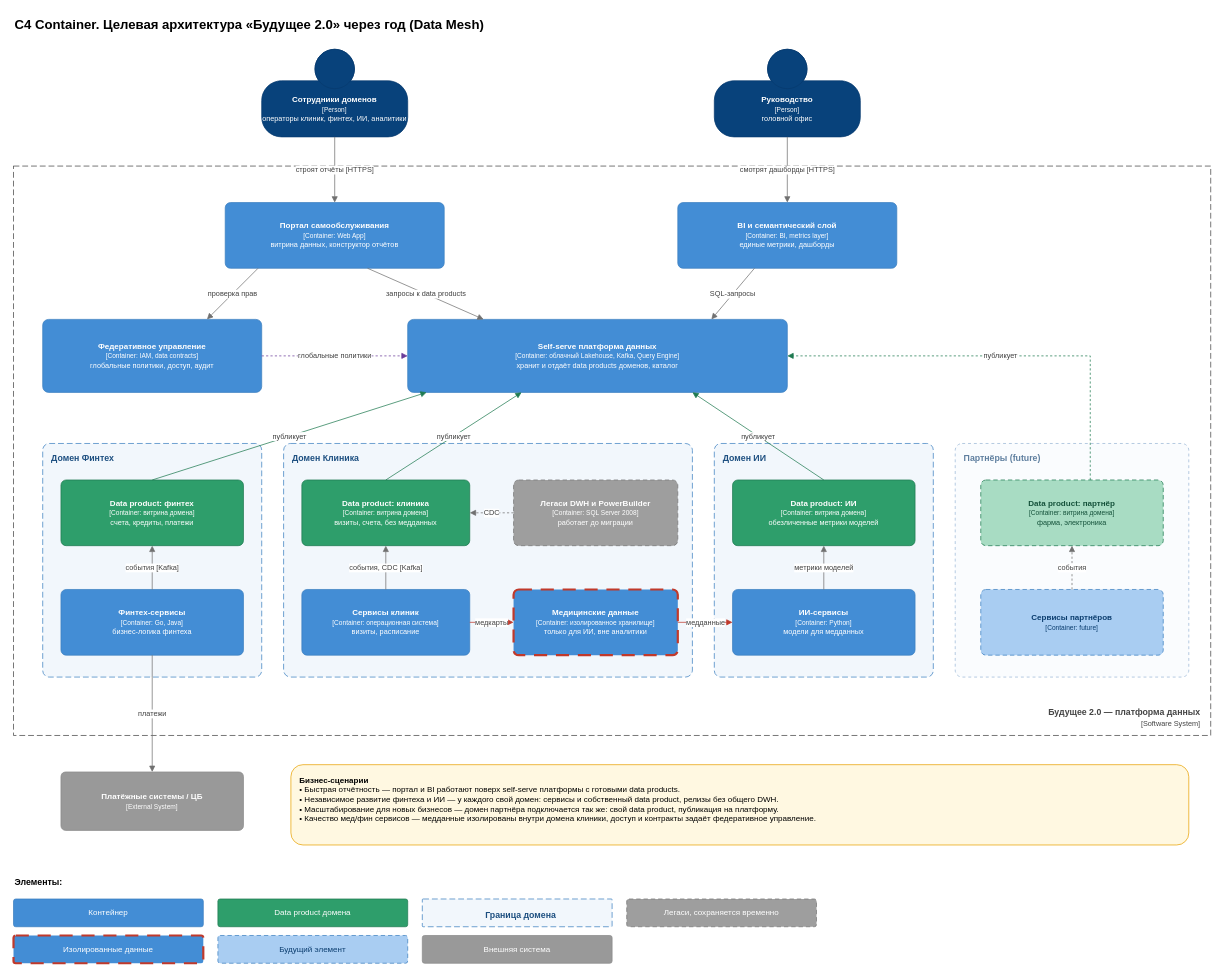
Earlier version of the draw.io diagram Task1/C4-container-target.drawio (SiritosKon/architecture-future_2_0). Source tidied: cells renumbered, new cells numbered last; positions are measured from the earlier drawing's top-left corner, leaving out a move shared by most shapes. Both pictures are drawn from the tidied source at 73%, with x=0, y=0 at pixel (13, 12).
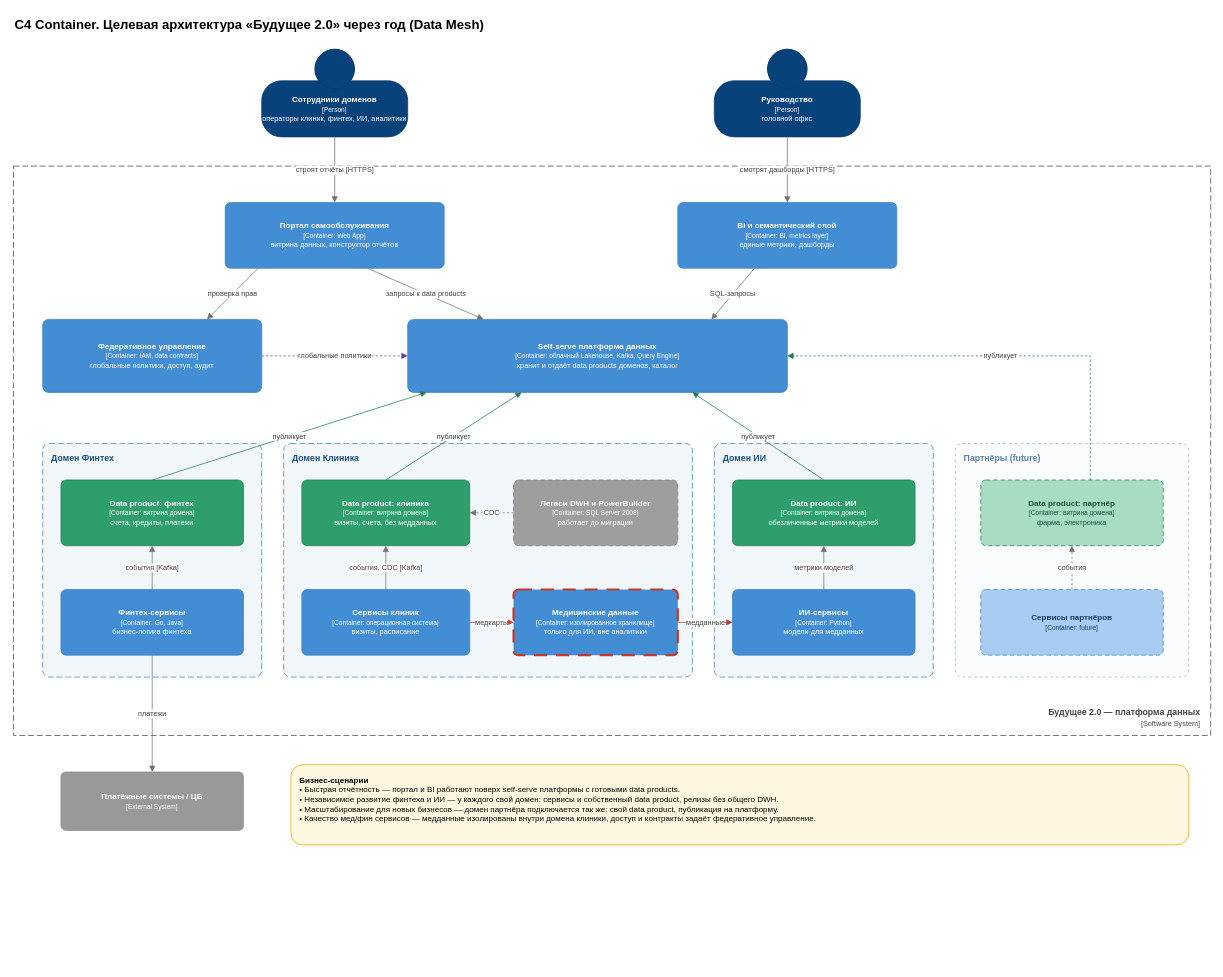
After the change.

Commit message (it also covers changes not shown here):
Task1: remove elements legend from C4 diagram

What changed in the source:
```diff
@@
-    <mxCell id="44" value="Элементы:" style="text;html=1;align=left;verticalAlign=middle;fontSize=12;fontStyle=1;" parent="1" vertex="1">
-      <mxGeometry y="1180" width="200" height="24" as="geometry" />
-    </mxCell>
-    <mxCell id="45" value="Контейнер" style="rounded=1;whiteSpace=wrap;html=1;arcSize=8;fillColor=#438DD5;strokeColor=#3C7FC0;fontColor=#ffffff;fontSize=11;align=center;verticalAlign=middle;" parent="1" vertex="1">
-      <mxGeometry y="1214" width="260" height="38" as="geometry" />
-    </mxCell>
-    <mxCell id="46" value="Data product домена" style="rounded=1;whiteSpace=wrap;html=1;arcSize=8;fillColor=#2e9e6b;strokeColor=#1f7a51;fontColor=#ffffff;fontSize=11;align=center;verticalAlign=middle;" parent="1" vertex="1">
-      <mxGeometry x="280" y="1214" width="260" height="38" as="geometry" />
-    </mxCell>
-    <mxCell id="47" value="Граница домена" style="rounded=1;arcSize=3;whiteSpace=wrap;html=1;dashed=1;dashPattern=8 4;fillColor=#f2f7fc;strokeColor=#3C7FC0;fontColor=#1d4f80;align=center;verticalAlign=middle;spacingLeft=10;spacingTop=6;fontSize=12;fontStyle=1;" parent="1" vertex="1">
-      <mxGeometry x="560" y="1214" width="260" height="38" as="geometry" />
-    </mxCell>
-    <mxCell id="48" value="Легаси, сохраняется временно" style="rounded=1;whiteSpace=wrap;html=1;arcSize=8;fillColor=#9e9e9e;strokeColor=#757575;dashed=1;dashPattern=6 4;fontColor=#ffffff;fontSize=11;align=center;verticalAlign=middle;" parent="1" vertex="1">
-      <mxGeometry x="840" y="1214" width="260" height="38" as="geometry" />
-    </mxCell>
-    <mxCell id="49" value="Изолированные данные" style="rounded=1;whiteSpace=wrap;html=1;arcSize=8;fillColor=#438DD5;strokeColor=#c0392b;strokeWidth=3;dashed=1;dashPattern=6 4;fontColor=#ffffff;fontSize=11;align=center;verticalAlign=middle;" parent="1" vertex="1">
-      <mxGeometry y="1264" width="260" height="38" as="geometry" />
-    </mxCell>
-    <mxCell id="50" value="Будущий элемент" style="rounded=1;whiteSpace=wrap;html=1;arcSize=8;fillColor=#a9cdf2;strokeColor=#3C7FC0;dashed=1;dashPattern=6 4;fontColor=#0b3d6e;fontSize=11;align=center;verticalAlign=middle;" parent="1" vertex="1">
-      <mxGeometry x="280" y="1264" width="260" height="38" as="geometry" />
-    </mxCell>
-    <mxCell id="51" value="Внешняя система" style="rounded=1;whiteSpace=wrap;html=1;arcSize=8;fillColor=#999999;strokeColor=#8A8A8A;fontColor=#ffffff;fontSize=11;align=center;verticalAlign=middle;" parent="1" vertex="1">
-      <mxGeometry x="560" y="1264" width="260" height="38" as="geometry" />
-    </mxCell>
```
